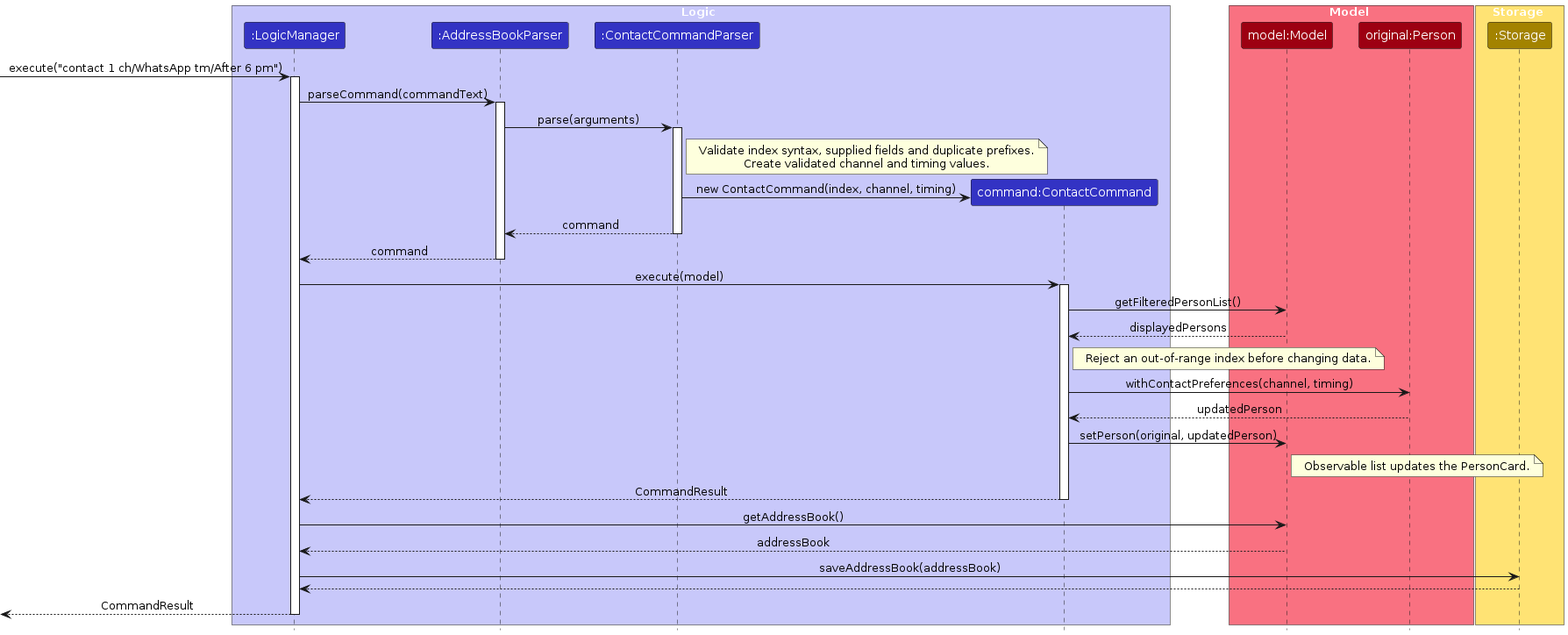
Above: diagrams/ContactSequenceDiagram.png in AY2627S1-CS2103T-F14a-4/tp (PlantUML), before the change. Its source is kept beside it as diagrams/ContactSequenceDiagram.puml. Source of this version:
```plantuml
@startuml
!include style.puml
skinparam ArrowFontStyle plain

box Logic LOGIC_COLOR_T1
participant ":LogicManager" as Logic LOGIC_COLOR
participant ":AddressBookParser" as Parser LOGIC_COLOR
participant ":ContactCommandParser" as ContactParser LOGIC_COLOR
participant "command:ContactCommand" as Command LOGIC_COLOR
end box

box Model MODEL_COLOR_T1
participant "model:Model" as Model MODEL_COLOR
participant "original:Person" as Person MODEL_COLOR
end box

box Storage STORAGE_COLOR_T1
participant ":Storage" as Storage STORAGE_COLOR
end box

[-> Logic : execute("contact 1 ch/WhatsApp tm/After 6 pm")
activate Logic
Logic -> Parser : parseCommand(commandText)
activate Parser
Parser -> ContactParser : parse(arguments)
activate ContactParser
note right of ContactParser
Validate index syntax, supplied fields and duplicate prefixes.
Create validated channel and timing values.
end note
create Command
ContactParser -> Command : new ContactCommand(index, channel, timing)
ContactParser --> Parser : command
deactivate ContactParser
Parser --> Logic : command
deactivate Parser
Logic -> Command : execute(model)
activate Command
Command -> Model : getFilteredPersonList()
Model --> Command : displayedPersons
note right of Command : Reject an out-of-range index before changing data.
Command -> Person : withContactPreferences(channel, timing)
Person --> Command : updatedPerson
Command -> Model : setPerson(original, updatedPerson)
note right of Model : Observable list updates the PersonCard.
Command --> Logic : CommandResult
deactivate Command
Logic -> Model : getAddressBook()
Model --> Logic : addressBook
Logic -> Storage : saveAddressBook(addressBook)
Storage --> Logic
[<-- Logic : CommandResult
deactivate Logic
@enduml
```
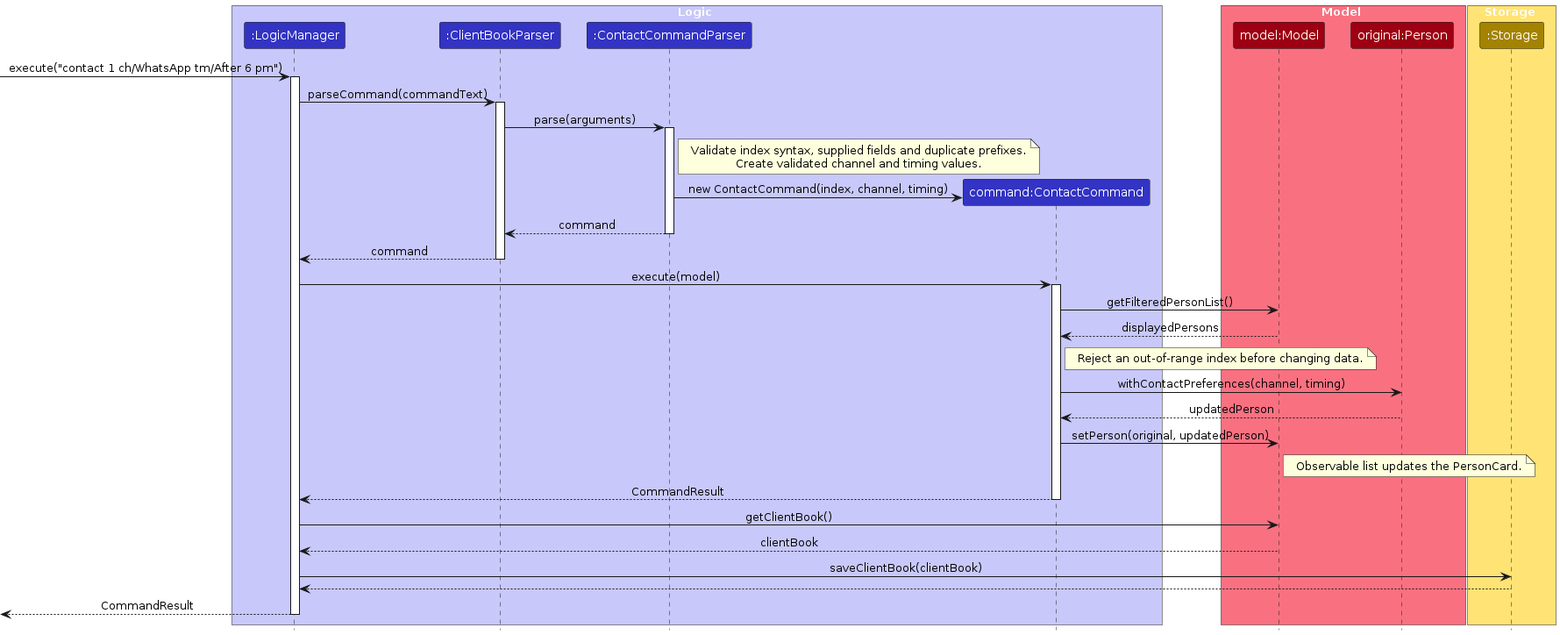
Above is the later version.

What changed in the source:
```diff
@@ -4,7 +4,7 @@
 
 box Logic LOGIC_COLOR_T1
 participant ":LogicManager" as Logic LOGIC_COLOR
-participant ":AddressBookParser" as Parser LOGIC_COLOR
+participant ":ClientBookParser" as Parser LOGIC_COLOR
 participant ":ContactCommandParser" as ContactParser LOGIC_COLOR
 participant "command:ContactCommand" as Command LOGIC_COLOR
 end box
@@ -45,9 +45,9 @@
 note right of Model : Observable list updates the PersonCard.
 Command --> Logic : CommandResult
 deactivate Command
-Logic -> Model : getAddressBook()
-Model --> Logic : addressBook
-Logic -> Storage : saveAddressBook(addressBook)
+Logic -> Model : getClientBook()
+Model --> Logic : clientBook
+Logic -> Storage : saveClientBook(clientBook)
 Storage --> Logic
 [<-- Logic : CommandResult
 deactivate Logic
```
